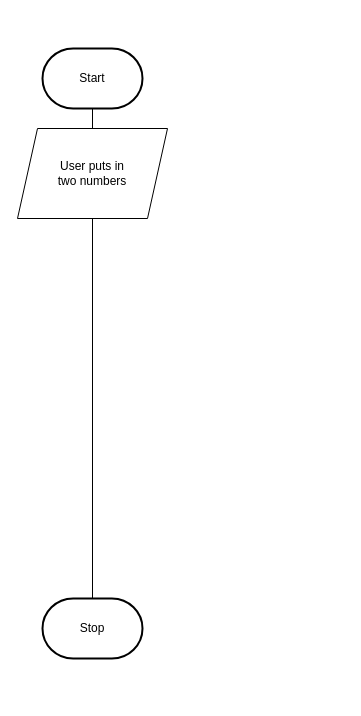
Before: design/flowchart.drawio in MTHS-ICS2O-2-2022/ICS2O-Unit-5-06-Yuri-Gabutero24, a draw.io diagram. Source tidied: cells renumbered, new cells numbered last; positions are measured from the earlier drawing's top-left corner, leaving out a move shared by most shapes. Both pictures are drawn from the tidied source at 100%, with x=0, y=0 at pixel (17, 48).
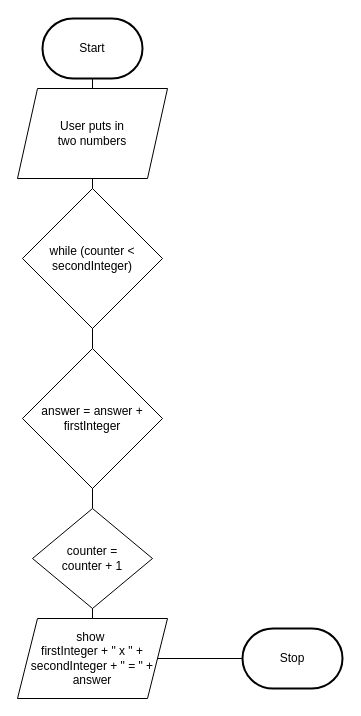
The same diagram, later.

Change to the diagram source:
```diff
@@
 <mxGraphModel>
   <root>
     <mxCell id="0" />
     <mxCell id="1" parent="0" />
     <mxCell id="2" value="Start" style="strokeWidth=2;html=1;shape=mxgraph.flowchart.terminator;whiteSpace=wrap;" parent="1" vertex="1">
-      <mxGeometry x="25" width="100" height="60" as="geometry" />
+      <mxGeometry x="25" y="-30" width="100" height="60" as="geometry" />
     </mxCell>
     <mxCell id="3" value="Stop" style="strokeWidth=2;html=1;shape=mxgraph.flowchart.terminator;whiteSpace=wrap;" parent="1" vertex="1">
-      <mxGeometry x="25" y="550" width="100" height="60" as="geometry" />
+      <mxGeometry x="225" y="580" width="100" height="60" as="geometry" />
     </mxCell>
-    <mxCell id="4" style="edgeStyle=orthogonalEdgeStyle;html=1;rounded=0;endArrow=none;startArrow=none;" parent="1" edge="1" source="6" target="3">
+    <mxCell id="4" style="edgeStyle=orthogonalEdgeStyle;html=1;rounded=0;endArrow=none;startArrow=none;" parent="1" edge="1" source="8" target="3">
       <mxGeometry relative="1" as="geometry" />
     </mxCell>
     <mxCell id="5" style="edgeStyle=orthogonalEdgeStyle;html=1;rounded=0;endArrow=none;" parent="1" edge="1" source="2" target="6">
       <mxGeometry relative="1" as="geometry" />
     </mxCell>
     <mxCell id="6" value="User puts in &lt;br&gt;two numbers" style="shape=parallelogram;perimeter=parallelogramPerimeter;whiteSpace=wrap;html=1;fixedSize=1;" parent="1" vertex="1">
-      <mxGeometry y="80" width="150" height="90" as="geometry" />
+      <mxGeometry y="40" width="150" height="90" as="geometry" />
     </mxCell>
+    <mxCell id="7" style="edgeStyle=orthogonalEdgeStyle;html=1;rounded=0;endArrow=none;startArrow=none;" parent="1" edge="1" source="14" target="8">
+      <mxGeometry relative="1" as="geometry" />
+    </mxCell>
+    <mxCell id="8" value="show&amp;nbsp;&lt;br&gt;firstInteger + &quot; x &quot; + secondInteger + &quot; = &quot; + answer" style="shape=parallelogram;perimeter=parallelogramPerimeter;whiteSpace=wrap;html=1;fixedSize=1;" parent="1" vertex="1">
+      <mxGeometry y="570" width="150" height="80" as="geometry" />
+    </mxCell>
+    <mxCell id="9" style="edgeStyle=orthogonalEdgeStyle;html=1;rounded=0;endArrow=none;startArrow=none;" parent="1" edge="1" source="6" target="10">
+      <mxGeometry relative="1" as="geometry" />
+    </mxCell>
+    <mxCell id="10" value="while (counter &amp;lt; secondInteger)" style="rhombus;whiteSpace=wrap;html=1;" parent="1" vertex="1">
+      <mxGeometry x="5" y="140" width="140" height="140" as="geometry" />
+    </mxCell>
+    <mxCell id="11" style="edgeStyle=orthogonalEdgeStyle;html=1;rounded=0;endArrow=none;startArrow=none;" parent="1" edge="1" source="10" target="12">
+      <mxGeometry relative="1" as="geometry" />
+    </mxCell>
+    <mxCell id="12" value="answer = answer + firstInteger" style="rhombus;whiteSpace=wrap;html=1;" parent="1" vertex="1">
+      <mxGeometry x="5" y="300" width="140" height="140" as="geometry" />
+    </mxCell>
+    <mxCell id="13" style="edgeStyle=orthogonalEdgeStyle;html=1;rounded=0;endArrow=none;startArrow=none;" parent="1" edge="1" source="12" target="14">
+      <mxGeometry relative="1" as="geometry" />
+    </mxCell>
+    <mxCell id="14" value="counter = &lt;br&gt;counter + 1" style="rhombus;whiteSpace=wrap;html=1;" parent="1" vertex="1">
+      <mxGeometry x="15" y="460" width="120" height="100" as="geometry" />
+    </mxCell>
   </root>
 </mxGraphModel>
```
